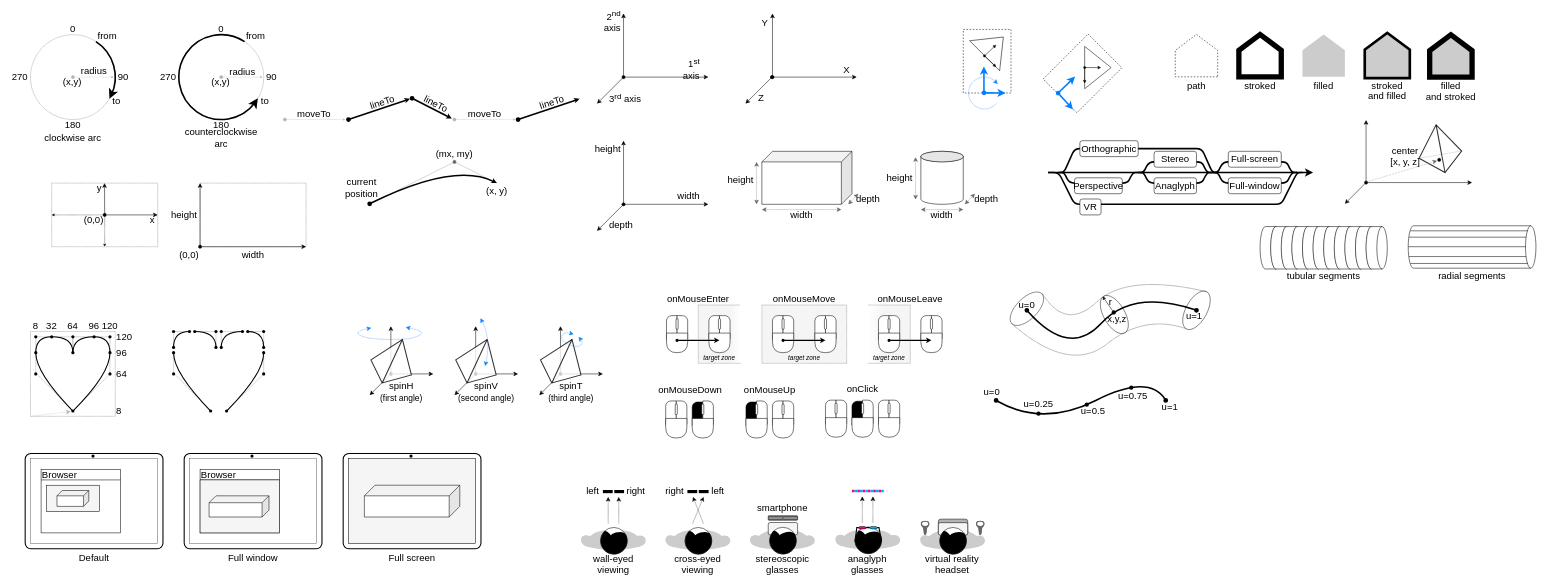
Before: docs/images/images.drawio in boytchev/suica, a draw.io diagram. Source tidied: cells renumbered, new cells numbered last; positions are measured from the earlier drawing's top-left corner, leaving out a move shared by most shapes. Both pictures are drawn from the tidied source at 53%, with x=0, y=0 at pixel (9, 13).
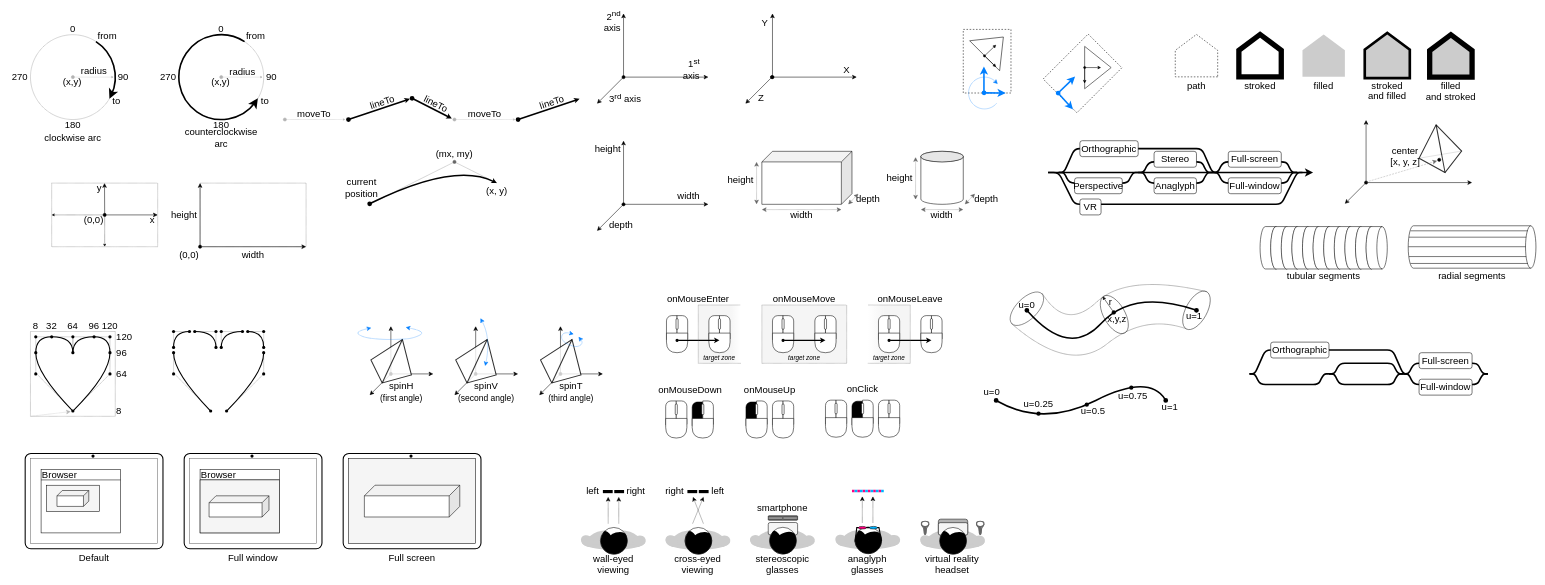
The same diagram, later.

Commit message (it also covers changes not shown here):
Docs: section viewing 3D

The edit, as a diff of the source:
```diff
@@
+    <mxCell id="457" style="endArrow=none;html=1;fontFamily=Calibri;fontSize=18;strokeWidth=3;strokeColor=#000000;rounded=1;" parent="1" edge="1">
+      <mxGeometry relative="1" as="geometry">
+        <mxPoint x="2790" y="680" as="sourcePoint" />
+        <mxPoint x="2630" y="680" as="targetPoint" />
+        <Array as="points">
+          <mxPoint x="2780" y="680" />
+          <mxPoint x="2770" y="660" />
+          <mxPoint x="2650" y="660" />
+          <mxPoint x="2640" y="680" />
+        </Array>
+      </mxGeometry>
+    </mxCell>
+    <mxCell id="458" style="endArrow=none;html=1;fontFamily=Calibri;fontSize=18;strokeWidth=3;strokeColor=#000000;rounded=1;" parent="1" edge="1">
+      <mxGeometry relative="1" as="geometry">
+        <mxPoint x="2790" y="680" as="sourcePoint" />
+        <mxPoint x="2630" y="680" as="targetPoint" />
+        <Array as="points">
+          <mxPoint x="2780" y="680" />
+          <mxPoint x="2770" y="700" />
+          <mxPoint x="2650" y="700" />
+          <mxPoint x="2640" y="680" />
+        </Array>
+      </mxGeometry>
+    </mxCell>
+    <mxCell id="459" value="Full-window" style="rounded=1;whiteSpace=wrap;html=1;fontFamily=Calibri;fontSize=18;" parent="1" vertex="1">
+      <mxGeometry x="2660" y="690" width="100" height="30" as="geometry" />
+    </mxCell>
+    <mxCell id="460" value="Full-screen" style="rounded=1;whiteSpace=wrap;html=1;fontFamily=Calibri;fontSize=18;" parent="1" vertex="1">
+      <mxGeometry x="2660" y="640" width="100" height="30" as="geometry" />
+    </mxCell>
+    <mxCell id="461" style="endArrow=none;html=1;fontFamily=Calibri;fontSize=18;strokeWidth=3;strokeColor=#000000;rounded=1;" parent="1" edge="1">
+      <mxGeometry relative="1" as="geometry">
+        <mxPoint x="2630" y="680" as="sourcePoint" />
+        <mxPoint x="2490" y="680" as="targetPoint" />
+        <Array as="points">
+          <mxPoint x="2620" y="680" />
+          <mxPoint x="2610" y="660" />
+          <mxPoint x="2510" y="660" />
+          <mxPoint x="2500" y="680" />
+        </Array>
+      </mxGeometry>
+    </mxCell>
+    <mxCell id="462" style="endArrow=none;html=1;fontFamily=Calibri;fontSize=18;strokeWidth=3;strokeColor=#000000;rounded=1;" parent="1" edge="1">
+      <mxGeometry relative="1" as="geometry">
+        <mxPoint x="2630" y="680" as="sourcePoint" />
+        <mxPoint x="2490" y="680" as="targetPoint" />
+        <Array as="points">
+          <mxPoint x="2620" y="680" />
+          <mxPoint x="2610" y="700" />
+          <mxPoint x="2510" y="700" />
+          <mxPoint x="2500" y="680" />
+        </Array>
+      </mxGeometry>
+    </mxCell>
+    <mxCell id="463" style="endArrow=none;html=1;fontFamily=Calibri;fontSize=18;strokeWidth=3;strokeColor=#000000;rounded=1;" parent="1" edge="1">
+      <mxGeometry relative="1" as="geometry">
+        <mxPoint x="2490" y="680" as="sourcePoint" />
+        <mxPoint x="2340" y="680" as="targetPoint" />
+        <Array as="points">
+          <mxPoint x="2480" y="680" />
+          <mxPoint x="2470" y="700" />
+          <mxPoint x="2360" y="700" />
+          <mxPoint x="2350" y="680" />
+        </Array>
+      </mxGeometry>
+    </mxCell>
+    <mxCell id="464" style="endArrow=none;html=1;fontFamily=Calibri;fontSize=18;strokeWidth=3;strokeColor=#000000;rounded=1;" parent="1" edge="1">
+      <mxGeometry relative="1" as="geometry">
+        <mxPoint x="2640" y="680" as="sourcePoint" />
+        <mxPoint x="2340" y="680" as="targetPoint" />
+        <Array as="points">
+          <mxPoint x="2630" y="680" />
+          <mxPoint x="2610" y="635" />
+          <mxPoint x="2370" y="635" />
+          <mxPoint x="2350" y="680" />
+        </Array>
+      </mxGeometry>
+    </mxCell>
+    <mxCell id="465" value="Orthographic" style="rounded=1;whiteSpace=wrap;html=1;fontFamily=Calibri;fontSize=18;" parent="1" vertex="1">
+      <mxGeometry x="2380" y="620" width="110" height="30" as="geometry" />
+    </mxCell>
```
